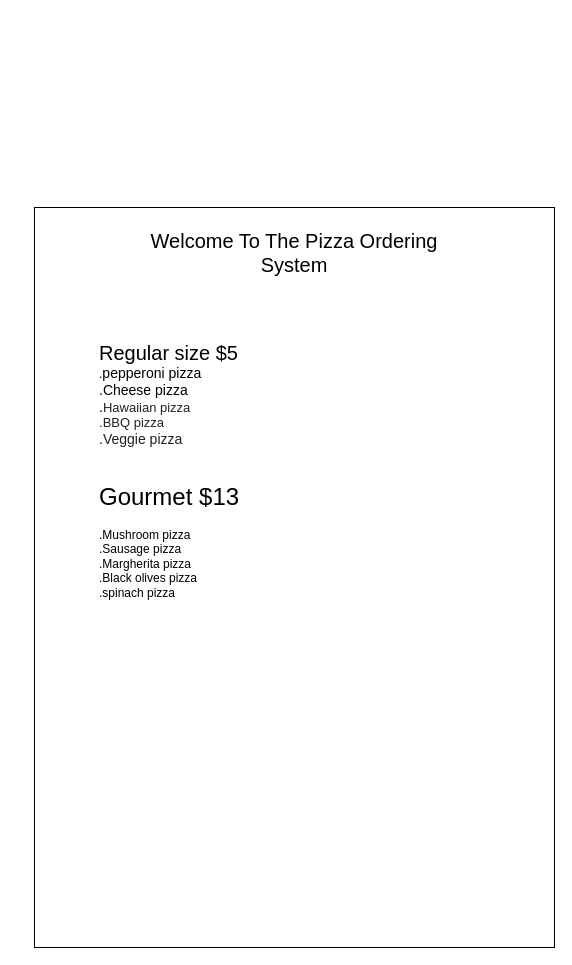
Above: Untitled Diagram.drawio in ASDAH-Digtal/pizza-program-sethmar (draw.io), before the change. Source tidied: cells renumbered, new cells numbered last; positions are measured from the earlier drawing's top-left corner, leaving out a move shared by most shapes. Both pictures are drawn from the tidied source at 100%, with x=0, y=0 at pixel (34, 207).
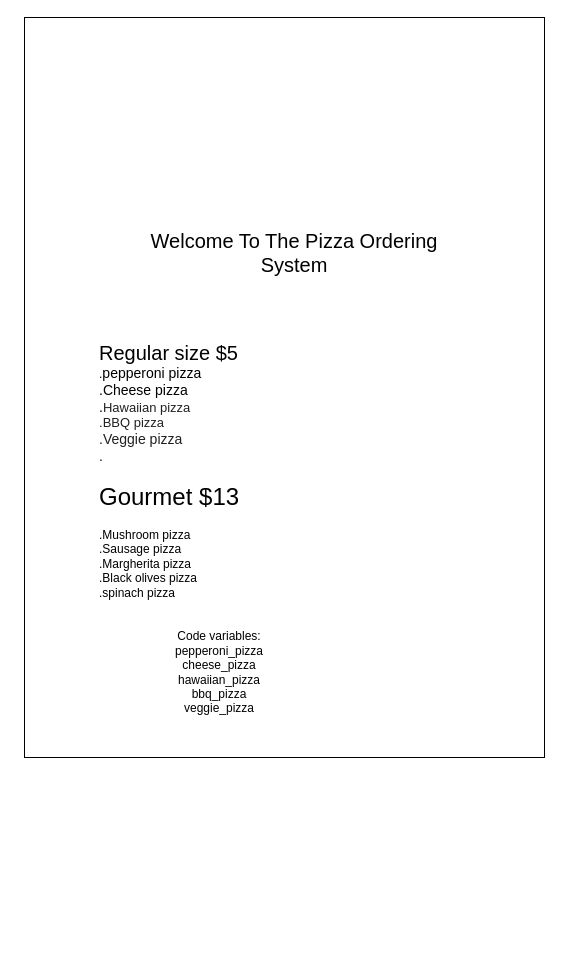
The same page after the edit.

Change to the diagram source:
```diff
@@
 <mxGraphModel>
   <root>
     <mxCell id="0" />
     <mxCell id="1" parent="0" />
     <mxCell id="2" style="edgeStyle=orthogonalEdgeStyle;rounded=0;orthogonalLoop=1;jettySize=auto;html=1;exitX=0;exitY=0.5;exitDx=0;exitDy=0;entryX=0;entryY=0.5;entryDx=0;entryDy=0;" parent="1" edge="1" source="3" target="3">
       <mxGeometry relative="1" as="geometry" />
     </mxCell>
     <mxCell id="3" style="rounded=0;whiteSpace=wrap;html=1;" parent="1" vertex="1">
-      <mxGeometry width="520" height="740" as="geometry" />
+      <mxGeometry x="-10" y="-190" width="520" height="740" as="geometry" />
     </mxCell>
     <mxCell id="4" value="&lt;font style=&quot;font-size: 20px&quot;&gt;Welcome To The Pizza Ordering System&lt;/font&gt;" style="text;html=1;strokeColor=none;fillColor=none;align=center;verticalAlign=middle;whiteSpace=wrap;rounded=0;" parent="1" vertex="1">
       <mxGeometry x="80" y="20" width="360" height="50" as="geometry" />
     </mxCell>
-    <mxCell id="5" value="&lt;font style=&quot;text-align: center ; font-size: 20px&quot;&gt;&lt;br&gt;Regular size $5&lt;/font&gt;&lt;span style=&quot;text-align: center&quot;&gt;&lt;br&gt;.&lt;/span&gt;&lt;font style=&quot;text-align: center ; font-size: 13px&quot;&gt;&lt;span style=&quot;font-size: 14px&quot;&gt;pepperoni pizza&amp;nbsp;&lt;/span&gt;&lt;br&gt;&lt;span style=&quot;font-size: 14px&quot;&gt;.Cheese pizza&lt;/span&gt;&lt;br&gt;&lt;span style=&quot;font-size: 14px&quot;&gt;.&lt;/span&gt;&lt;span style=&quot;color: rgb(32 , 33 , 36) ; font-family: &amp;#34;arial&amp;#34; , sans-serif ; text-align: left ; background-color: rgb(255 , 255 , 255)&quot;&gt;Hawaiian pizza&lt;br&gt;.&lt;/span&gt;&lt;span style=&quot;color: rgb(32 , 33 , 36) ; font-family: &amp;#34;arial&amp;#34; , sans-serif ; text-align: left ; background-color: rgb(255 , 255 , 255)&quot;&gt;BBQ pizza&lt;br&gt;&lt;/span&gt;&lt;span style=&quot;font-size: 14px ; color: rgb(32 , 33 , 36) ; font-family: &amp;#34;arial&amp;#34; , sans-serif ; text-align: left ; background-color: rgb(255 , 255 , 255)&quot;&gt;.Veggie pizza&lt;br&gt;&lt;br&gt;&lt;/span&gt;&lt;/font&gt;" style="text;html=1;strokeColor=none;fillColor=none;spacing=5;spacingTop=-20;whiteSpace=wrap;overflow=hidden;rounded=0;" parent="1" vertex="1">
+    <mxCell id="5" value="&lt;font style=&quot;text-align: center ; font-size: 20px&quot;&gt;&lt;br&gt;Regular size $5&lt;/font&gt;&lt;span style=&quot;text-align: center&quot;&gt;&lt;br&gt;.&lt;/span&gt;&lt;font style=&quot;text-align: center ; font-size: 13px&quot;&gt;&lt;span style=&quot;font-size: 14px&quot;&gt;pepperoni pizza&amp;nbsp;&lt;/span&gt;&lt;br&gt;&lt;span style=&quot;font-size: 14px&quot;&gt;.Cheese pizza&lt;/span&gt;&lt;br&gt;&lt;span style=&quot;font-size: 14px&quot;&gt;.&lt;/span&gt;&lt;span style=&quot;color: rgb(32 , 33 , 36) ; font-family: &amp;#34;arial&amp;#34; , sans-serif ; text-align: left ; background-color: rgb(255 , 255 , 255)&quot;&gt;Hawaiian pizza&lt;br&gt;.&lt;/span&gt;&lt;span style=&quot;color: rgb(32 , 33 , 36) ; font-family: &amp;#34;arial&amp;#34; , sans-serif ; text-align: left ; background-color: rgb(255 , 255 , 255)&quot;&gt;BBQ pizza&lt;br&gt;&lt;/span&gt;&lt;span style=&quot;font-size: 14px ; color: rgb(32 , 33 , 36) ; font-family: &amp;#34;arial&amp;#34; , sans-serif ; text-align: left ; background-color: rgb(255 , 255 , 255)&quot;&gt;.Veggie pizza&lt;br&gt;.&lt;br&gt;&lt;br&gt;&lt;/span&gt;&lt;/font&gt;" style="text;html=1;strokeColor=none;fillColor=none;spacing=5;spacingTop=-20;whiteSpace=wrap;overflow=hidden;rounded=0;" parent="1" vertex="1">
       <mxGeometry x="60" y="120" width="190" height="170" as="geometry" />
     </mxCell>
     <mxCell id="6" value="&lt;h1&gt;&lt;span style=&quot;font-weight: normal&quot;&gt;Gourmet $13&amp;nbsp;&lt;/span&gt;&lt;/h1&gt;&lt;div&gt;&lt;span style=&quot;font-weight: normal&quot;&gt;.Mushroom pizza&lt;/span&gt;&lt;/div&gt;&lt;div&gt;&lt;span style=&quot;font-weight: normal&quot;&gt;.Sausage pizza&lt;/span&gt;&lt;/div&gt;&lt;div&gt;&lt;span style=&quot;font-weight: normal&quot;&gt;.Margherita pizza&lt;/span&gt;&lt;/div&gt;&lt;div&gt;&lt;span style=&quot;font-weight: normal&quot;&gt;.Black olives pizza&lt;/span&gt;&lt;/div&gt;&lt;div&gt;&lt;span style=&quot;font-weight: normal&quot;&gt;.spinach pizza&lt;/span&gt;&lt;/div&gt;&lt;div&gt;&lt;span style=&quot;font-weight: normal&quot;&gt;.&lt;/span&gt;&lt;/div&gt;&lt;div&gt;&lt;span style=&quot;font-weight: normal&quot;&gt;.&lt;/span&gt;&lt;/div&gt;&lt;div&gt;&lt;span style=&quot;font-weight: normal&quot;&gt;&lt;br&gt;&lt;/span&gt;&lt;/div&gt;" style="text;html=1;strokeColor=none;fillColor=none;spacing=5;spacingTop=-20;whiteSpace=wrap;overflow=hidden;rounded=0;" parent="1" vertex="1">
       <mxGeometry x="60" y="270" width="190" height="130" as="geometry" />
     </mxCell>
+    <mxCell id="7" value="Code variables:&lt;br&gt;pepperoni_pizza&lt;br&gt;cheese_pizza&lt;br&gt;hawaiian_pizza&lt;br&gt;bbq_pizza&lt;br&gt;veggie_pizza" style="text;html=1;strokeColor=none;fillColor=none;align=center;verticalAlign=middle;whiteSpace=wrap;rounded=0;" parent="1" vertex="1">
+      <mxGeometry x="70" y="410" width="230" height="110" as="geometry" />
+    </mxCell>
   </root>
 </mxGraphModel>
```
